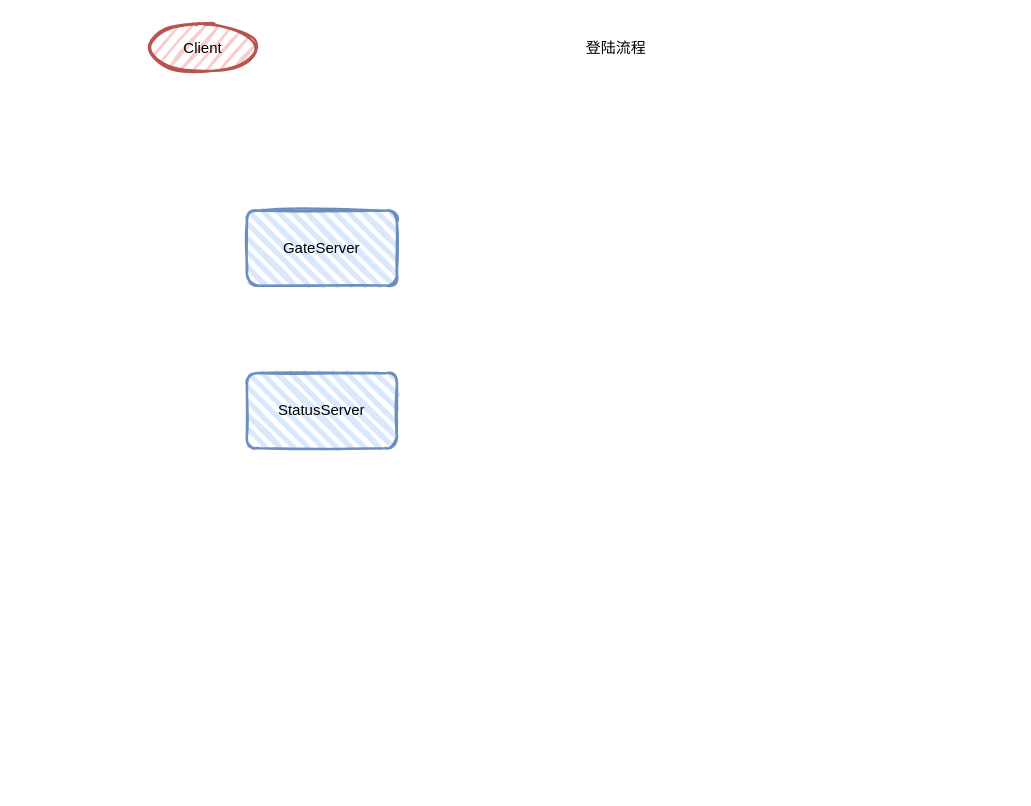
SuycxZMZ/CChat keeps this draw.io diagram as docs/login.drawio. Above is the earlier version. Source tidied: cells renumbered, new cells numbered last; positions are measured from the earlier drawing's top-left corner, leaving out a move shared by most shapes. Both pictures are drawn from the tidied source at 125%, with x=0, y=0 at pixel (146, 22).
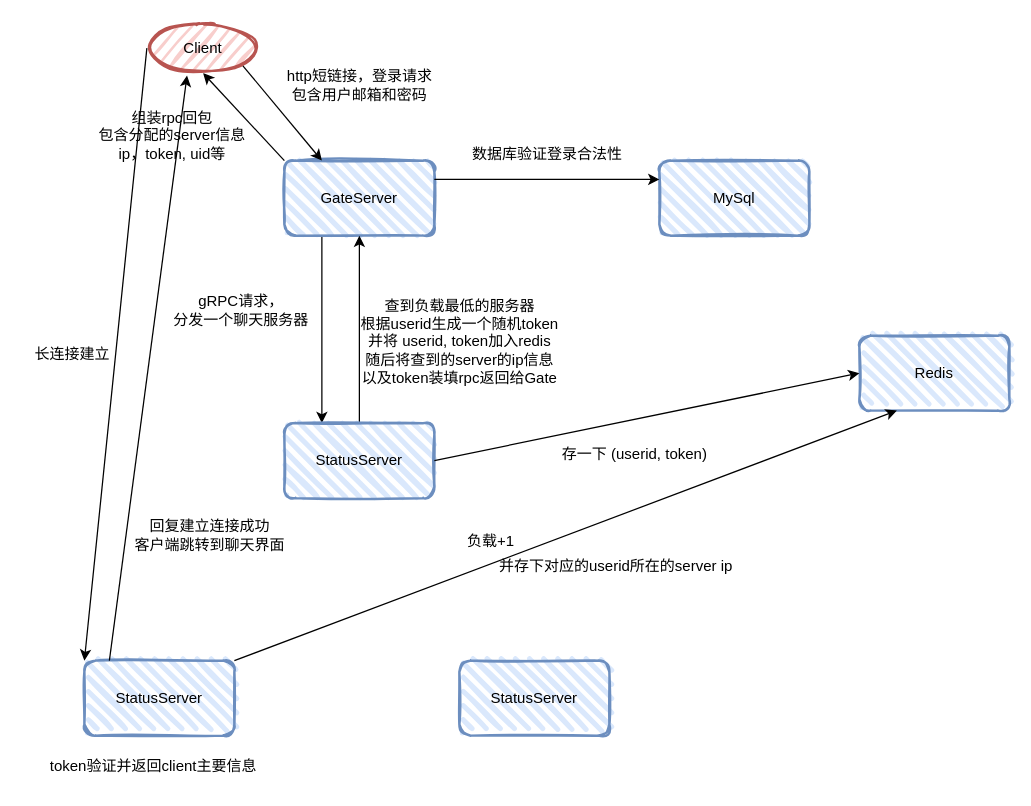
The same page after the edit.

The change refers to these unchanged cells:
```xml
<mxCell id="4" value="Client" style="ellipse;whiteSpace=wrap;html=1;strokeWidth=2;fillWeight=2;hachureGap=8;fillColor=#f8cecc;fillStyle=dots;sketch=1;strokeColor=#b85450;" parent="1" vertex="1">
  <mxGeometry width="90" height="40" as="geometry" />
</mxCell>
```

Change to the diagram source:
```diff
@@
+    <mxCell id="6" style="edgeStyle=orthogonalEdgeStyle;rounded=0;jettySize=auto;html=1;exitX=0.25;exitY=1;exitDx=0;exitDy=0;entryX=0.25;entryY=0;entryDx=0;entryDy=0;" parent="1" edge="1" source="2" target="5">
+      <mxGeometry relative="1" as="geometry" />
+    </mxCell>
     <mxCell id="2" value="GateServer" style="rounded=1;whiteSpace=wrap;html=1;strokeWidth=2;fillWeight=4;hachureGap=8;hachureAngle=45;fillColor=#dae8fc;sketch=1;strokeColor=#6c8ebf;" parent="1" vertex="1">
-      <mxGeometry x="80" y="150" width="120" height="60" as="geometry" />
+      <mxGeometry x="110" y="110" width="120" height="60" as="geometry" />
     </mxCell>
-    <mxCell id="3" value="登陆流程" style="text;html=1;align=center;verticalAlign=middle;strokeColor=none;fillColor=none;" parent="1" vertex="1">
-      <mxGeometry x="340" y="5" width="70" height="30" as="geometry" />
-    </mxCell>
@@
+    <mxCell id="7" style="edgeStyle=orthogonalEdgeStyle;rounded=0;jettySize=auto;html=1;exitX=0.5;exitY=0;exitDx=0;exitDy=0;entryX=0.5;entryY=1;entryDx=0;entryDy=0;" parent="1" edge="1" source="5" target="2">
+      <mxGeometry relative="1" as="geometry" />
+    </mxCell>
     <mxCell id="5" value="StatusServer" style="rounded=1;whiteSpace=wrap;html=1;strokeWidth=2;fillWeight=4;hachureGap=8;hachureAngle=45;fillColor=#dae8fc;sketch=1;strokeColor=#6c8ebf;" parent="1" vertex="1">
-      <mxGeometry x="80" y="280" width="120" height="60" as="geometry" />
+      <mxGeometry x="110" y="320" width="120" height="60" as="geometry" />
     </mxCell>
+    <mxCell id="8" style="endArrow=classic;html=1;rounded=0;exitX=1;exitY=1;exitDx=0;exitDy=0;entryX=0.25;entryY=0;entryDx=0;entryDy=0;" parent="1" edge="1" source="4" target="2">
+      <mxGeometry relative="1" as="geometry" />
+    </mxCell>
+    <mxCell id="9" value="http短链接，登录请求&lt;div&gt;包含用户邮箱和密码&lt;/div&gt;" style="text;html=1;align=center;verticalAlign=middle;strokeColor=none;fillColor=none;" parent="1" vertex="1">
+      <mxGeometry x="100" y="30" width="140" height="40" as="geometry" />
+    </mxCell>
+    <mxCell id="10" value="MySql" style="rounded=1;whiteSpace=wrap;html=1;strokeWidth=2;fillWeight=4;hachureGap=8;hachureAngle=45;fillColor=#dae8fc;sketch=1;strokeColor=#6c8ebf;" parent="1" vertex="1">
+      <mxGeometry x="410" y="110" width="120" height="60" as="geometry" />
+    </mxCell>
+    <mxCell id="11" value="Redis" style="rounded=1;whiteSpace=wrap;html=1;strokeWidth=2;fillWeight=4;hachureGap=8;hachureAngle=45;fillColor=#dae8fc;sketch=1;strokeColor=#6c8ebf;" parent="1" vertex="1">
+      <mxGeometry x="570" y="250" width="120" height="60" as="geometry" />
+    </mxCell>
+    <mxCell id="12" style="endArrow=classic;html=1;rounded=0;exitX=1;exitY=0.25;exitDx=0;exitDy=0;entryX=0;entryY=0.25;entryDx=0;entryDy=0;" parent="1" edge="1" source="2" target="10">
+      <mxGeometry relative="1" as="geometry" />
+    </mxCell>
+    <mxCell id="13" value="数据库验证登录合法性" style="text;html=1;align=center;verticalAlign=middle;strokeColor=none;fillColor=none;rotation=0;" parent="1" vertex="1">
+      <mxGeometry x="250" y="90" width="140" height="30" as="geometry" />
+    </mxCell>
+    <mxCell id="14" value="gRPC请求，&lt;div&gt;分发一个聊天服务器&lt;/div&gt;" style="text;html=1;align=center;verticalAlign=middle;strokeColor=none;fillColor=none;" parent="1" vertex="1">
+      <mxGeometry x="10" y="210" width="130" height="40" as="geometry" />
+    </mxCell>
+    <mxCell id="15" value="查到负载最低的服务器&lt;div&gt;根据userid生成一个随机token&lt;/div&gt;&lt;div&gt;并将 userid, token加入redis&lt;/div&gt;&lt;div&gt;随后将查到的server的ip信息&lt;/div&gt;&lt;div&gt;以及token装填rpc返回给Gate&lt;/div&gt;" style="text;html=1;align=center;verticalAlign=middle;strokeColor=none;fillColor=none;" parent="1" vertex="1">
+      <mxGeometry x="160" y="210" width="180" height="90" as="geometry" />
+    </mxCell>
+    <mxCell id="16" value="存一下 (userid, token)" style="text;html=1;align=center;verticalAlign=middle;strokeColor=none;fillColor=none;rotation=0;" parent="1" vertex="1">
+      <mxGeometry x="320" y="330" width="140" height="30" as="geometry" />
+    </mxCell>
+    <mxCell id="17" style="endArrow=classic;html=1;rounded=0;exitX=0;exitY=0;exitDx=0;exitDy=0;entryX=0.5;entryY=1;entryDx=0;entryDy=0;" parent="1" edge="1" source="2" target="4">
+      <mxGeometry relative="1" as="geometry" />
+    </mxCell>
+    <mxCell id="18" value="组装rpc回包&lt;div&gt;包含分配的server信息&lt;/div&gt;&lt;div&gt;ip，token, uid等&lt;/div&gt;" style="text;html=1;align=center;verticalAlign=middle;strokeColor=none;fillColor=none;" parent="1" vertex="1">
+      <mxGeometry x="-50" y="60" width="140" height="60" as="geometry" />
+    </mxCell>
+    <mxCell id="19" style="endArrow=classic;html=1;rounded=0;entryX=0;entryY=0.5;entryDx=0;entryDy=0;" parent="1" edge="1" target="11">
+      <mxGeometry relative="1" as="geometry">
+        <mxPoint x="230" y="350" as="sourcePoint" />
+      </mxGeometry>
+    </mxCell>
+    <mxCell id="20" value="StatusServer" style="rounded=1;whiteSpace=wrap;html=1;strokeWidth=2;fillWeight=4;hachureGap=8;hachureAngle=45;fillColor=#dae8fc;sketch=1;strokeColor=#6c8ebf;" parent="1" vertex="1">
+      <mxGeometry x="-50" y="510" width="120" height="60" as="geometry" />
+    </mxCell>
+    <mxCell id="21" value="StatusServer" style="rounded=1;whiteSpace=wrap;html=1;strokeWidth=2;fillWeight=4;hachureGap=8;hachureAngle=45;fillColor=#dae8fc;sketch=1;strokeColor=#6c8ebf;" parent="1" vertex="1">
+      <mxGeometry x="250" y="510" width="120" height="60" as="geometry" />
+    </mxCell>
+    <mxCell id="22" style="endArrow=classic;html=1;rounded=0;exitX=0;exitY=0.5;exitDx=0;exitDy=0;entryX=0;entryY=0;entryDx=0;entryDy=0;" parent="1" edge="1" source="4" target="20">
+      <mxGeometry relative="1" as="geometry" />
+    </mxCell>
+    <mxCell id="23" value="长连接建立" style="text;html=1;align=center;verticalAlign=middle;strokeColor=none;fillColor=none;" parent="1" vertex="1">
+      <mxGeometry x="-100" y="250" width="80" height="30" as="geometry" />
+    </mxCell>
+    <mxCell id="24" value="token验证并返回client主要信息" style="text;html=1;align=center;verticalAlign=middle;strokeColor=none;fillColor=none;" parent="1" vertex="1">
+      <mxGeometry x="-90" y="580" width="190" height="30" as="geometry" />
+    </mxCell>
+    <mxCell id="25" style="endArrow=classic;html=1;rounded=0;entryX=0.25;entryY=1;entryDx=0;entryDy=0;" parent="1" edge="1" target="11">
+      <mxGeometry relative="1" as="geometry">
+        <mxPoint x="70" y="510" as="sourcePoint" />
+      </mxGeometry>
+    </mxCell>
+    <mxCell id="26" value="负载+1" style="text;html=1;align=center;verticalAlign=middle;strokeColor=none;fillColor=none;" parent="1" vertex="1">
+      <mxGeometry x="245" y="400" width="60" height="30" as="geometry" />
+    </mxCell>
+    <mxCell id="27" value="并存下对应的userid所在的server ip" style="text;html=1;align=center;verticalAlign=middle;strokeColor=none;fillColor=none;" parent="1" vertex="1">
+      <mxGeometry x="270" y="420" width="210" height="30" as="geometry" />
+    </mxCell>
+    <mxCell id="28" style="endArrow=classic;html=1;rounded=0;entryX=0.357;entryY=1.047;entryDx=0;entryDy=0;entryPerimeter=0;" parent="1" edge="1" target="4">
+      <mxGeometry relative="1" as="geometry">
+        <mxPoint x="-30" y="510" as="sourcePoint" />
+      </mxGeometry>
+    </mxCell>
+    <mxCell id="29" value="回复建立连接成功&lt;div&gt;客户端跳转到聊天界面&lt;/div&gt;" style="text;html=1;align=center;verticalAlign=middle;strokeColor=none;fillColor=none;" parent="1" vertex="1">
+      <mxGeometry x="-20" y="390" width="140" height="40" as="geometry" />
+    </mxCell>
```
